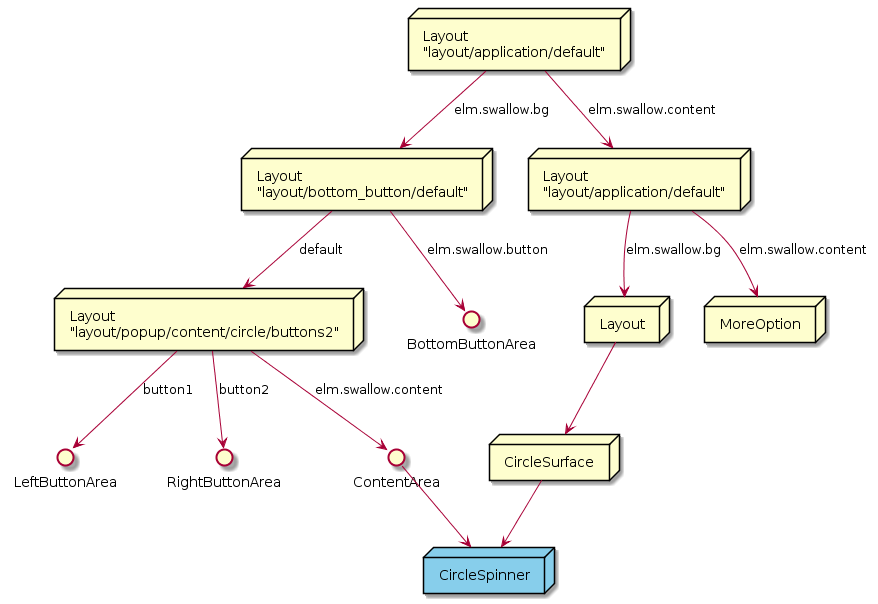
Before: doc/design/uml/CircleStepper_SceneGraph.png, a diagram exported from PlantUML (Samsung/Tizen.CircularUI). Its diagram source:
```plantuml
@startuml CircleStepper_SceneGraph.png

node BaseLayout [
    Layout
    "layout/application/default"
]

node BottomButtonLayout [
    Layout
    "layout/bottom_button/default"
]

node OverLayout [
    Layout
    "layout/application/default"
]

node SideButtonLayout [
    Layout
    "layout/popup/content/circle/buttons2"
]

node MoreOption [
    MoreOption
]

node SurfaceLayout [
    Layout
]

node CircleSurface [
    CircleSurface
]

() LeftButtonArea
() RightButtonArea
() ContentArea
() BottomButtonArea

BaseLayout --> BottomButtonLayout : "elm.swallow.bg"

BottomButtonLayout --> SideButtonLayout : "default"
SideButtonLayout --> LeftButtonArea : "button1"
SideButtonLayout --> RightButtonArea : "button2"
SideButtonLayout --> ContentArea : "elm.swallow.content"
BottomButtonLayout --> BottomButtonArea : "elm.swallow.button"
BaseLayout --> OverLayout : "elm.swallow.content"
OverLayout --> MoreOption : "elm.swallow.content"
OverLayout --> SurfaceLayout : "elm.swallow.bg"
MoreOption -[Hidden]l->SurfaceLayout
SurfaceLayout --> CircleSurface

node CircleSpinner #87ceeb [
    CircleSpinner
]
ContentArea --> CircleSpinner
CircleSurface --> CircleSpinner

@enduml
```
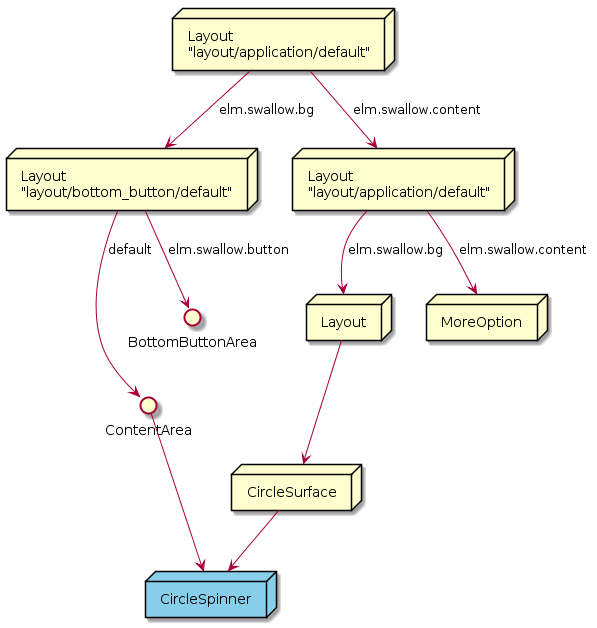
After the commit.

The edit, as a diff of the source:
```diff
@@ -14,12 +14,6 @@
     Layout
     "layout/application/default"
 ]
-
-node SideButtonLayout [
-    Layout
-    "layout/popup/content/circle/buttons2"
-]
-
 node MoreOption [
     MoreOption
 ]
@@ -31,18 +25,12 @@
 node CircleSurface [
     CircleSurface
 ]
-
-() LeftButtonArea
-() RightButtonArea
 () ContentArea
 () BottomButtonArea
 
 BaseLayout --> BottomButtonLayout : "elm.swallow.bg"
 
-BottomButtonLayout --> SideButtonLayout : "default"
-SideButtonLayout --> LeftButtonArea : "button1"
-SideButtonLayout --> RightButtonArea : "button2"
-SideButtonLayout --> ContentArea : "elm.swallow.content"
+BottomButtonLayout --> ContentArea : "default"
 BottomButtonLayout --> BottomButtonArea : "elm.swallow.button"
 BaseLayout --> OverLayout : "elm.swallow.content"
 OverLayout --> MoreOption : "elm.swallow.content"
```
